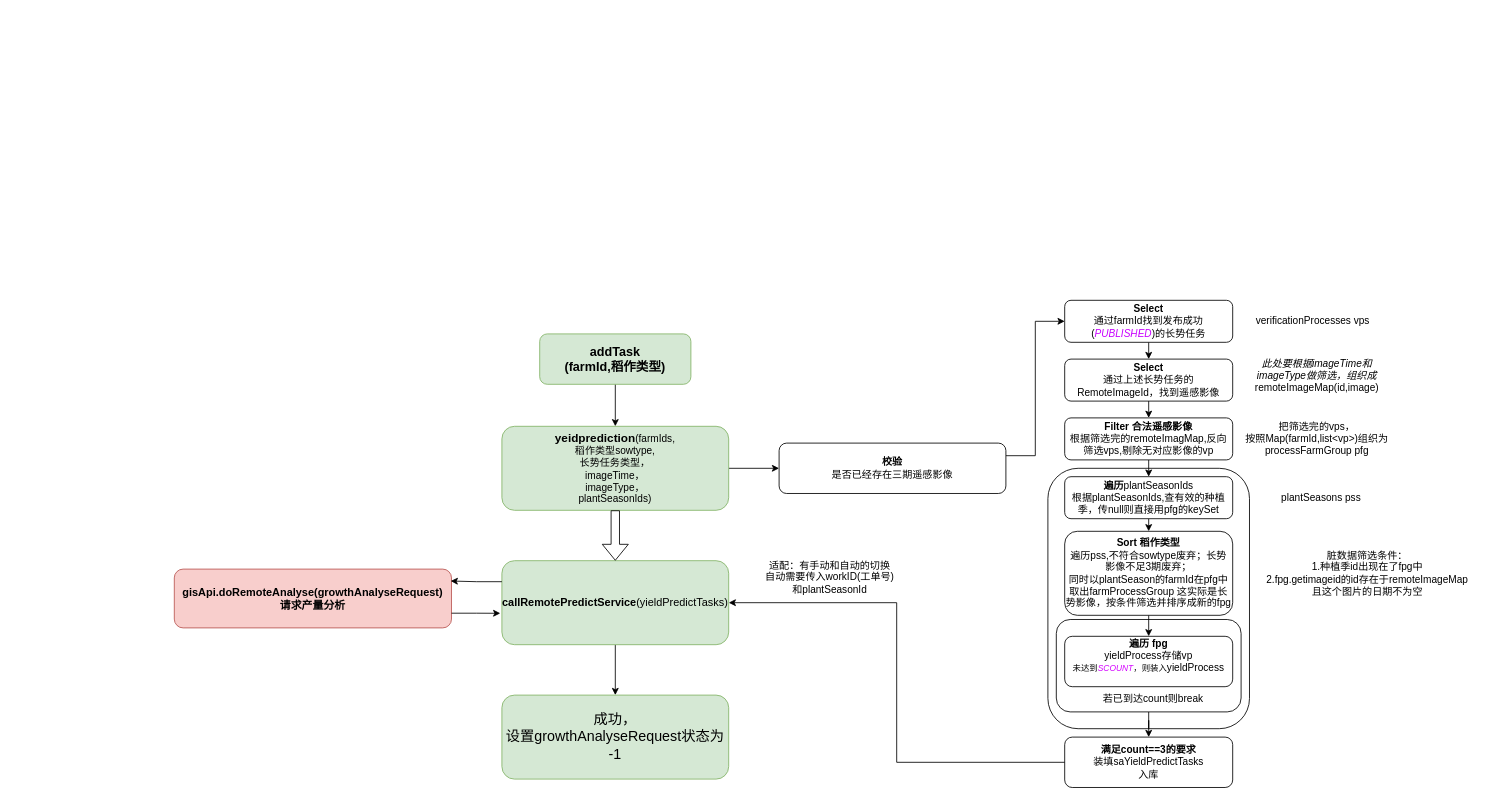
Before: 产量预估.drawio in RK-JD/DrawIO, a draw.io diagram. Source tidied: cells renumbered, new cells numbered last; positions are measured from the earlier drawing's top-left corner, leaving out a move shared by most shapes. Both pictures are drawn from the tidied source at 84%, with x=0, y=0 at pixel (174, 300).
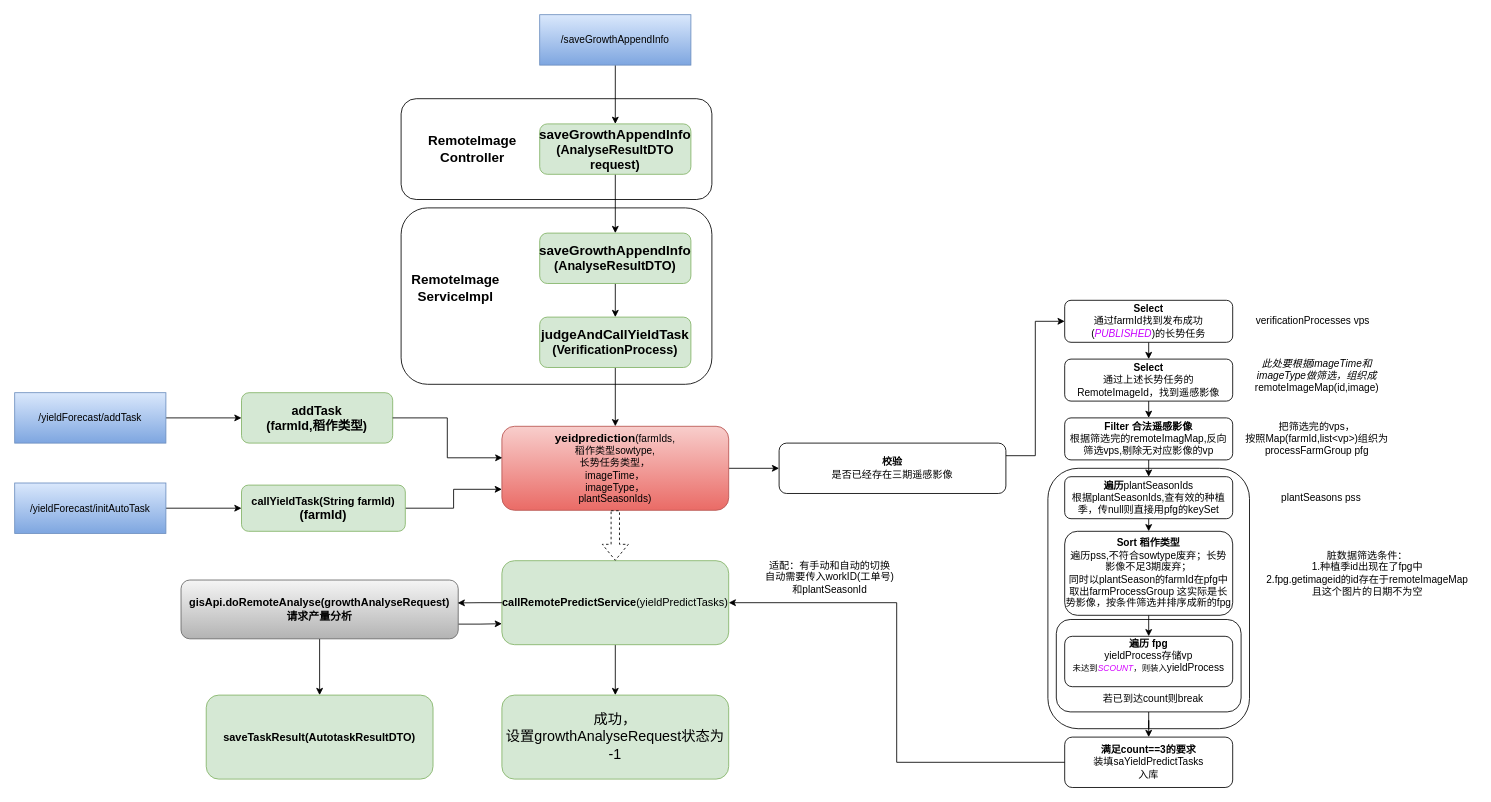
Above is the later version.

Commit message:
更新产量预估.drawio

Unchanged cells that the change refers to:
```xml
<mxCell id="32" value="&lt;span style=&quot;text-wrap: nowrap; font-size: 13px;&quot;&gt;&lt;b&gt;&lt;font style=&quot;font-size: 13px;&quot;&gt;callRemotePredictService&lt;/font&gt;&lt;/b&gt;(yieldPredictTasks)&lt;/span&gt;" style="rounded=1;whiteSpace=wrap;html=1;fillColor=#d5e8d4;strokeColor=#82b366;" parent="1" vertex="1">
  <mxGeometry x="390" y="310" width="270" height="100" as="geometry" />
</mxCell>
```

Diff of the diagram source:
```diff
@@
+    <mxCell id="38" style="rounded=1;whiteSpace=wrap;html=1;" parent="1" vertex="1">
+      <mxGeometry x="270" y="-240" width="370" height="120" as="geometry" />
+    </mxCell>
@@
-    <mxCell id="5" style="edgeStyle=orthogonalEdgeStyle;rounded=0;jettySize=auto;html=1;exitX=0.5;exitY=1;exitDx=0;exitDy=0;entryX=0.5;entryY=0;entryDx=0;entryDy=0;" parent="1" edge="1" source="6" target="8">
-      <mxGeometry relative="1" as="geometry" />
-    </mxCell>
     <mxCell id="6" value="&lt;b&gt;&lt;font style=&quot;font-size: 15px;&quot;&gt;addTask&lt;/font&gt;&lt;/b&gt;&lt;div&gt;&lt;b&gt;&lt;font style=&quot;font-size: 15px;&quot;&gt;(farmId,稻作类型)&lt;/font&gt;&lt;/b&gt;&lt;/div&gt;" style="rounded=1;whiteSpace=wrap;html=1;fillColor=#d5e8d4;strokeColor=#82b366;" parent="1" vertex="1">
-      <mxGeometry x="435" y="40" width="180" height="60" as="geometry" />
+      <mxGeometry x="80" y="110" width="180" height="60" as="geometry" />
     </mxCell>
@@
-    <mxCell id="8" value="&lt;b&gt;&lt;font style=&quot;font-size: 14px;&quot;&gt;yeidprediction&lt;/font&gt;&lt;/b&gt;(farmIds,&lt;div&gt;稻作类型sowtype,&lt;/div&gt;&lt;div&gt;长势任务类型，&lt;/div&gt;&lt;div&gt;imageTime，&lt;/div&gt;&lt;div&gt;imageType，&lt;/div&gt;&lt;div&gt;plantSeasonIds)&lt;/div&gt;" style="rounded=1;whiteSpace=wrap;html=1;fillColor=#d5e8d4;strokeColor=#82b366;" parent="1" vertex="1">
+    <mxCell id="8" value="&lt;b&gt;&lt;font style=&quot;font-size: 14px;&quot;&gt;yeidprediction&lt;/font&gt;&lt;/b&gt;(farmIds,&lt;div&gt;稻作类型sowtype,&lt;/div&gt;&lt;div&gt;长势任务类型，&lt;/div&gt;&lt;div&gt;imageTime，&lt;/div&gt;&lt;div&gt;imageType，&lt;/div&gt;&lt;div&gt;plantSeasonIds)&lt;/div&gt;" style="rounded=1;whiteSpace=wrap;html=1;fillColor=#f8cecc;strokeColor=#b85450;gradientColor=#ea6b66;" parent="1" vertex="1">
       <mxGeometry x="390" y="150" width="270" height="100" as="geometry" />
     </mxCell>
@@
-    <mxCell id="33" style="shape=flexArrow;endArrow=classic;html=1;rounded=0;entryX=0.5;entryY=0;entryDx=0;entryDy=0;exitX=0.5;exitY=1;exitDx=0;exitDy=0;" parent="1" edge="1" source="8" target="32">
+    <mxCell id="33" style="shape=flexArrow;endArrow=classic;html=1;rounded=0;entryX=0.5;entryY=0;entryDx=0;entryDy=0;exitX=0.5;exitY=1;exitDx=0;exitDy=0;dashed=1;" parent="1" edge="1" source="8" target="32">
       <mxGeometry relative="1" as="geometry" />
     </mxCell>
+    <mxCell id="37" style="edgeStyle=orthogonalEdgeStyle;rounded=0;jettySize=auto;html=1;exitX=1;exitY=0.75;exitDx=0;exitDy=0;entryX=0;entryY=0.75;entryDx=0;entryDy=0;" parent="1" edge="1" source="34" target="32">
+      <mxGeometry relative="1" as="geometry" />
+    </mxCell>
+    <mxCell id="39" style="edgeStyle=orthogonalEdgeStyle;rounded=0;jettySize=auto;html=1;exitX=0.5;exitY=1;exitDx=0;exitDy=0;entryX=0.5;entryY=0;entryDx=0;entryDy=0;" parent="1" edge="1" source="34" target="57">
+      <mxGeometry relative="1" as="geometry" />
+    </mxCell>
-    <mxCell id="34" value="&lt;span style=&quot;font-size: 13px; text-wrap: nowrap;&quot;&gt;&lt;b&gt;gisApi.doRemoteAnalyse(growthAnalyseRequest)&lt;/b&gt;&lt;/span&gt;&lt;div&gt;&lt;span style=&quot;font-size: 13px; text-wrap: nowrap;&quot;&gt;&lt;b&gt;请求产量分析&lt;/b&gt;&lt;/span&gt;&lt;/div&gt;" style="rounded=1;whiteSpace=wrap;html=1;fillColor=#f8cecc;strokeColor=#b85450;" parent="1" vertex="1">
-      <mxGeometry y="320" width="330" height="70" as="geometry" />
+    <mxCell id="34" value="&lt;span style=&quot;font-size: 13px; text-wrap: nowrap;&quot;&gt;&lt;b&gt;gisApi.doRemoteAnalyse(growthAnalyseRequest)&lt;/b&gt;&lt;/span&gt;&lt;div&gt;&lt;span style=&quot;font-size: 13px; text-wrap: nowrap;&quot;&gt;&lt;b&gt;请求产量分析&lt;/b&gt;&lt;/span&gt;&lt;/div&gt;" style="rounded=1;whiteSpace=wrap;html=1;fillColor=#f5f5f5;strokeColor=#666666;gradientColor=#b3b3b3;" parent="1" vertex="1">
+      <mxGeometry x="8" y="333" width="330" height="70" as="geometry" />
     </mxCell>
@@
+    <mxCell id="40" style="rounded=1;whiteSpace=wrap;html=1;" parent="1" vertex="1">
+      <mxGeometry x="270" y="-110" width="370" height="210" as="geometry" />
+    </mxCell>
+    <mxCell id="41" style="edgeStyle=orthogonalEdgeStyle;rounded=0;jettySize=auto;html=1;exitX=0.5;exitY=1;exitDx=0;exitDy=0;entryX=0.5;entryY=0;entryDx=0;entryDy=0;" parent="1" edge="1" source="42" target="8">
+      <mxGeometry relative="1" as="geometry" />
+    </mxCell>
+    <mxCell id="42" value="&lt;span style=&quot;text-align: left;&quot;&gt;&lt;b&gt;&lt;font style=&quot;font-size: 16px;&quot;&gt;judgeAndCallYieldTask&lt;/font&gt;&lt;/b&gt;&lt;/span&gt;&lt;br&gt;&lt;div&gt;&lt;b&gt;&lt;font style=&quot;font-size: 15px;&quot;&gt;(VerificationProcess)&lt;/font&gt;&lt;/b&gt;&lt;/div&gt;" style="rounded=1;whiteSpace=wrap;html=1;fillColor=#d5e8d4;strokeColor=#82b366;" parent="1" vertex="1">
+      <mxGeometry x="435" y="20" width="180" height="60" as="geometry" />
+    </mxCell>
+    <mxCell id="43" value="&lt;b&gt;&lt;font style=&quot;font-size: 16px;&quot;&gt;RemoteImage&lt;/font&gt;&lt;/b&gt;&lt;div&gt;&lt;b&gt;&lt;font style=&quot;font-size: 16px;&quot;&gt;ServiceImpl&lt;/font&gt;&lt;/b&gt;&lt;/div&gt;" style="text;html=1;align=center;verticalAlign=middle;whiteSpace=wrap;rounded=0;" parent="1" vertex="1">
+      <mxGeometry x="240" y="-30" width="190" height="30" as="geometry" />
+    </mxCell>
+    <mxCell id="44" style="edgeStyle=orthogonalEdgeStyle;rounded=0;jettySize=auto;html=1;exitX=0.5;exitY=1;exitDx=0;exitDy=0;entryX=0.5;entryY=0;entryDx=0;entryDy=0;" parent="1" edge="1" source="45" target="42">
+      <mxGeometry relative="1" as="geometry" />
+    </mxCell>
+    <mxCell id="45" value="&lt;span style=&quot;text-align: left;&quot;&gt;&lt;b&gt;&lt;font style=&quot;font-size: 16px;&quot;&gt;saveGrowthAppendInfo&lt;/font&gt;&lt;/b&gt;&lt;/span&gt;&lt;br&gt;&lt;div&gt;&lt;b&gt;&lt;font style=&quot;font-size: 15px;&quot;&gt;(AnalyseResultDTO)&lt;/font&gt;&lt;/b&gt;&lt;/div&gt;" style="rounded=1;whiteSpace=wrap;html=1;fillColor=#d5e8d4;strokeColor=#82b366;" parent="1" vertex="1">
+      <mxGeometry x="435" y="-80" width="180" height="60" as="geometry" />
+    </mxCell>
+    <mxCell id="46" style="edgeStyle=orthogonalEdgeStyle;rounded=0;jettySize=auto;html=1;exitX=0.5;exitY=1;exitDx=0;exitDy=0;entryX=0.5;entryY=0;entryDx=0;entryDy=0;" parent="1" edge="1" source="47" target="45">
+      <mxGeometry relative="1" as="geometry" />
+    </mxCell>
+    <mxCell id="47" value="&lt;span style=&quot;text-align: left;&quot;&gt;&lt;b&gt;&lt;font style=&quot;font-size: 16px;&quot;&gt;saveGrowthAppendInfo&lt;/font&gt;&lt;/b&gt;&lt;/span&gt;&lt;br&gt;&lt;div&gt;&lt;b&gt;&lt;font style=&quot;font-size: 15px;&quot;&gt;(AnalyseResultDTO request)&lt;/font&gt;&lt;/b&gt;&lt;/div&gt;" style="rounded=1;whiteSpace=wrap;html=1;fillColor=#d5e8d4;strokeColor=#82b366;" parent="1" vertex="1">
+      <mxGeometry x="435" y="-210" width="180" height="60" as="geometry" />
+    </mxCell>
+    <mxCell id="48" value="&lt;span style=&quot;font-size: 16px;&quot;&gt;&lt;b&gt;RemoteImage&lt;/b&gt;&lt;/span&gt;&lt;div&gt;&lt;span style=&quot;font-size: 16px;&quot;&gt;&lt;b&gt;Controller&lt;/b&gt;&lt;/span&gt;&lt;/div&gt;" style="text;html=1;align=center;verticalAlign=middle;whiteSpace=wrap;rounded=0;" parent="1" vertex="1">
+      <mxGeometry x="260" y="-195" width="190" height="30" as="geometry" />
+    </mxCell>
+    <mxCell id="49" style="edgeStyle=orthogonalEdgeStyle;rounded=0;jettySize=auto;html=1;exitX=0.5;exitY=1;exitDx=0;exitDy=0;entryX=0.5;entryY=0;entryDx=0;entryDy=0;" parent="1" edge="1" source="50" target="47">
+      <mxGeometry relative="1" as="geometry" />
+    </mxCell>
+    <mxCell id="50" value="/saveGrowthAppendInfo" style="whiteSpace=wrap;html=1;fillColor=#dae8fc;gradientColor=#7ea6e0;strokeColor=#6c8ebf;" parent="1" vertex="1">
+      <mxGeometry x="435" y="-340" width="180" height="60" as="geometry" />
+    </mxCell>
+    <mxCell id="51" style="edgeStyle=orthogonalEdgeStyle;rounded=0;jettySize=auto;html=1;exitX=1;exitY=0.5;exitDx=0;exitDy=0;entryX=0;entryY=0.75;entryDx=0;entryDy=0;" parent="1" edge="1" source="52" target="8">
+      <mxGeometry relative="1" as="geometry" />
+    </mxCell>
+    <mxCell id="52" value="&lt;span style=&quot;text-align: left;&quot;&gt;&lt;b&gt;&lt;font style=&quot;font-size: 13px;&quot;&gt;callYieldTask(String farmId)&lt;/font&gt;&lt;/b&gt;&lt;/span&gt;&lt;br&gt;&lt;div&gt;&lt;b&gt;&lt;font style=&quot;font-size: 15px;&quot;&gt;(farmId)&lt;/font&gt;&lt;/b&gt;&lt;/div&gt;" style="rounded=1;whiteSpace=wrap;html=1;fillColor=#d5e8d4;strokeColor=#82b366;" parent="1" vertex="1">
+      <mxGeometry x="80" y="220" width="195" height="55" as="geometry" />
+    </mxCell>
+    <mxCell id="5" style="edgeStyle=orthogonalEdgeStyle;rounded=0;jettySize=auto;html=1;exitX=1;exitY=0.5;exitDx=0;exitDy=0;entryX=0.002;entryY=0.375;entryDx=0;entryDy=0;entryPerimeter=0;" parent="1" edge="1" source="6" target="8">
+      <mxGeometry relative="1" as="geometry" />
+    </mxCell>
+    <mxCell id="53" style="edgeStyle=orthogonalEdgeStyle;rounded=0;jettySize=auto;html=1;exitX=1;exitY=0.5;exitDx=0;exitDy=0;entryX=0;entryY=0.5;entryDx=0;entryDy=0;" parent="1" edge="1" source="54" target="6">
+      <mxGeometry relative="1" as="geometry" />
+    </mxCell>
+    <mxCell id="54" value="/yieldForecast/addTask" style="whiteSpace=wrap;html=1;fillColor=#dae8fc;gradientColor=#7ea6e0;strokeColor=#6c8ebf;" parent="1" vertex="1">
+      <mxGeometry x="-190" y="110" width="180" height="60" as="geometry" />
+    </mxCell>
+    <mxCell id="55" style="edgeStyle=orthogonalEdgeStyle;rounded=0;jettySize=auto;html=1;exitX=1;exitY=0.5;exitDx=0;exitDy=0;entryX=0;entryY=0.5;entryDx=0;entryDy=0;" parent="1" edge="1" source="56" target="52">
+      <mxGeometry relative="1" as="geometry" />
+    </mxCell>
+    <mxCell id="56" value="/yieldForecast/initAutoTask" style="whiteSpace=wrap;html=1;fillColor=#dae8fc;gradientColor=#7ea6e0;strokeColor=#6c8ebf;" parent="1" vertex="1">
+      <mxGeometry x="-190" y="217.5" width="180" height="60" as="geometry" />
+    </mxCell>
-    <mxCell id="36" style="edgeStyle=orthogonalEdgeStyle;rounded=0;jettySize=auto;html=1;exitX=0;exitY=0.25;exitDx=0;exitDy=0;entryX=0.997;entryY=0.203;entryDx=0;entryDy=0;entryPerimeter=0;" parent="1" edge="1" source="32" target="34">
+    <mxCell id="36" style="edgeStyle=orthogonalEdgeStyle;rounded=0;jettySize=auto;html=1;exitX=0;exitY=0.5;exitDx=0;exitDy=0;entryX=0.998;entryY=0.389;entryDx=0;entryDy=0;entryPerimeter=0;" parent="1" edge="1" source="32" target="34">
       <mxGeometry relative="1" as="geometry" />
     </mxCell>
-    <mxCell id="37" style="edgeStyle=orthogonalEdgeStyle;rounded=0;jettySize=auto;html=1;exitX=1;exitY=0.75;exitDx=0;exitDy=0;entryX=-0.007;entryY=0.626;entryDx=0;entryDy=0;entryPerimeter=0;" parent="1" edge="1" source="34" target="32">
-      <mxGeometry relative="1" as="geometry" />
-    </mxCell>
+    <mxCell id="57" value="&lt;span style=&quot;font-size: 13px; text-wrap: nowrap;&quot;&gt;&lt;b&gt;saveTaskResult(AutotaskResultDTO)&lt;/b&gt;&lt;/span&gt;" style="rounded=1;whiteSpace=wrap;html=1;fillColor=#d5e8d4;strokeColor=#82b366;" parent="1" vertex="1">
+      <mxGeometry x="38" y="470" width="270" height="100" as="geometry" />
+    </mxCell>
```
